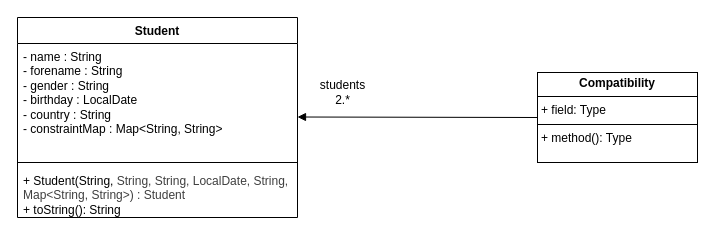
This is POO/lib/UML.drawio from Mano-l59/Application-associations-etudiantes, a draw.io file, before an edit. Source tidied: cells renumbered, new cells numbered last; positions are measured from the earlier drawing's top-left corner, leaving out a move shared by most shapes. Both pictures are drawn from the tidied source at 100%, with x=0, y=0 at pixel (17, 17).
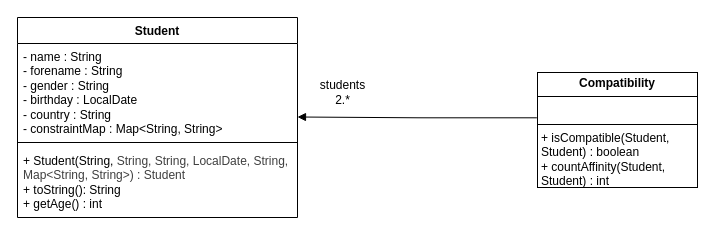
The same page after the edit.

Diff of the diagram source:
```diff
@@
 <mxGraphModel>
   <root>
     <mxCell id="0" />
     <mxCell id="1" parent="0" />
     <mxCell id="2" value="Student" style="swimlane;fontStyle=1;align=center;verticalAlign=top;horizontal=1;startSize=26;whiteSpace=wrap;html=1;" parent="1" vertex="1">
       <mxGeometry width="280" height="200" as="geometry" />
     </mxCell>
     <mxCell id="3" value="- name : String&lt;div&gt;- forename : String&lt;/div&gt;&lt;div&gt;- gender : String&lt;/div&gt;&lt;div&gt;- birthday : LocalDate&lt;/div&gt;&lt;div&gt;- country : String&lt;/div&gt;&lt;div&gt;- constraintMap : Map&amp;lt;String, String&amp;gt;&lt;/div&gt;" style="text;strokeColor=none;fillColor=none;align=left;verticalAlign=top;spacingLeft=4;spacingRight=4;overflow=hidden;whiteSpace=wrap;html=1;" parent="2" vertex="1">
-      <mxGeometry y="26" width="280" height="114" as="geometry" />
+      <mxGeometry y="26" width="280" height="94" as="geometry" />
     </mxCell>
     <mxCell id="4" style="line;strokeWidth=1;fillColor=none;align=left;verticalAlign=middle;spacingTop=-1;spacingLeft=3;spacingRight=3;labelPosition=right;strokeColor=inherit;" parent="2" vertex="1">
-      <mxGeometry y="140" width="280" height="10" as="geometry" />
+      <mxGeometry y="120" width="280" height="10" as="geometry" />
     </mxCell>
-    <mxCell id="5" value="&lt;div&gt;+ Student(String,&amp;nbsp;&lt;span style=&quot;color: rgb(63, 63, 63); background-color: transparent;&quot;&gt;String,&amp;nbsp;&lt;/span&gt;&lt;span style=&quot;color: rgb(63, 63, 63); background-color: transparent;&quot;&gt;String, LocalDate,&amp;nbsp;&lt;/span&gt;&lt;span style=&quot;color: rgb(63, 63, 63); background-color: transparent;&quot;&gt;String, Map&amp;lt;&lt;/span&gt;&lt;span style=&quot;color: rgb(63, 63, 63); background-color: transparent;&quot;&gt;String, String&amp;gt;) : Student&lt;/span&gt;&lt;span style=&quot;background-color: transparent;&quot;&gt;&amp;nbsp;&lt;/span&gt;&lt;/div&gt;+ toString(): String" style="text;strokeColor=none;fillColor=none;align=left;verticalAlign=top;spacingLeft=4;spacingRight=4;overflow=hidden;whiteSpace=wrap;html=1;" parent="2" vertex="1">
-      <mxGeometry y="150" width="280" height="50" as="geometry" />
+    <mxCell id="5" value="&lt;div&gt;+ Student(String,&amp;nbsp;&lt;span style=&quot;color: rgb(63, 63, 63); background-color: transparent;&quot;&gt;String,&amp;nbsp;&lt;/span&gt;&lt;span style=&quot;color: rgb(63, 63, 63); background-color: transparent;&quot;&gt;String, LocalDate,&amp;nbsp;&lt;/span&gt;&lt;span style=&quot;color: rgb(63, 63, 63); background-color: transparent;&quot;&gt;String, Map&amp;lt;&lt;/span&gt;&lt;span style=&quot;color: rgb(63, 63, 63); background-color: transparent;&quot;&gt;String, String&amp;gt;) : Student&lt;/span&gt;&lt;span style=&quot;background-color: transparent;&quot;&gt;&amp;nbsp;&lt;/span&gt;&lt;/div&gt;+ toString(): String&lt;div&gt;+ getAge() : int&lt;/div&gt;" style="text;strokeColor=none;fillColor=none;align=left;verticalAlign=top;spacingLeft=4;spacingRight=4;overflow=hidden;whiteSpace=wrap;html=1;" parent="2" vertex="1">
+      <mxGeometry y="130" width="280" height="70" as="geometry" />
     </mxCell>
-    <mxCell id="6" value="&lt;p style=&quot;margin:0px;margin-top:4px;text-align:center;&quot;&gt;&lt;b&gt;Compatibility&lt;/b&gt;&lt;/p&gt;&lt;hr size=&quot;1&quot; style=&quot;border-style:solid;&quot;&gt;&lt;p style=&quot;margin:0px;margin-left:4px;&quot;&gt;+ field: Type&lt;/p&gt;&lt;hr size=&quot;1&quot; style=&quot;border-style:solid;&quot;&gt;&lt;p style=&quot;margin:0px;margin-left:4px;&quot;&gt;+ method(): Type&lt;/p&gt;" style="verticalAlign=top;align=left;overflow=fill;html=1;whiteSpace=wrap;" parent="1" vertex="1">
-      <mxGeometry x="520" y="55" width="160" height="90" as="geometry" />
+    <mxCell id="6" value="&lt;p style=&quot;margin:0px;margin-top:4px;text-align:center;&quot;&gt;&lt;b&gt;Compatibility&lt;/b&gt;&lt;/p&gt;&lt;hr size=&quot;1&quot; style=&quot;border-style:solid;&quot;&gt;&lt;p style=&quot;margin:0px;margin-left:4px;&quot;&gt;&lt;br&gt;&lt;/p&gt;&lt;hr size=&quot;1&quot; style=&quot;border-style:solid;&quot;&gt;&lt;p style=&quot;margin:0px;margin-left:4px;&quot;&gt;+ isCompatible(Student, Student) : boolean&lt;/p&gt;&lt;p style=&quot;margin:0px;margin-left:4px;&quot;&gt;+ countAffinity(Student, Student) : int&lt;/p&gt;" style="verticalAlign=top;align=left;overflow=fill;html=1;whiteSpace=wrap;" parent="1" vertex="1">
+      <mxGeometry x="520" y="55" width="160" height="115" as="geometry" />
     </mxCell>
-    <mxCell id="7" style="endArrow=block;endFill=1;html=1;edgeStyle=orthogonalEdgeStyle;align=left;verticalAlign=top;entryX=1.018;entryY=0.684;entryDx=0;entryDy=0;entryPerimeter=0;exitX=0;exitY=0.5;exitDx=0;exitDy=0;" parent="1" edge="1" source="6">
+    <mxCell id="7" style="endArrow=block;endFill=1;html=1;edgeStyle=orthogonalEdgeStyle;align=left;verticalAlign=top;entryX=1.018;entryY=0.684;entryDx=0;entryDy=0;entryPerimeter=0;exitX=-0.004;exitY=0.394;exitDx=0;exitDy=0;exitPerimeter=0;" parent="1" edge="1" source="6">
       <mxGeometry x="-1" relative="1" as="geometry">
         <mxPoint x="280" y="99.5" as="targetPoint" />
       </mxGeometry>
     </mxCell>
     <mxCell id="8" value="students&lt;div&gt;2.*&lt;/div&gt;" style="text;html=1;align=center;verticalAlign=middle;strokeColor=none;fillColor=none;" parent="1" vertex="1">
       <mxGeometry x="290" y="55" width="70" height="40" as="geometry" />
     </mxCell>
   </root>
 </mxGraphModel>
```
